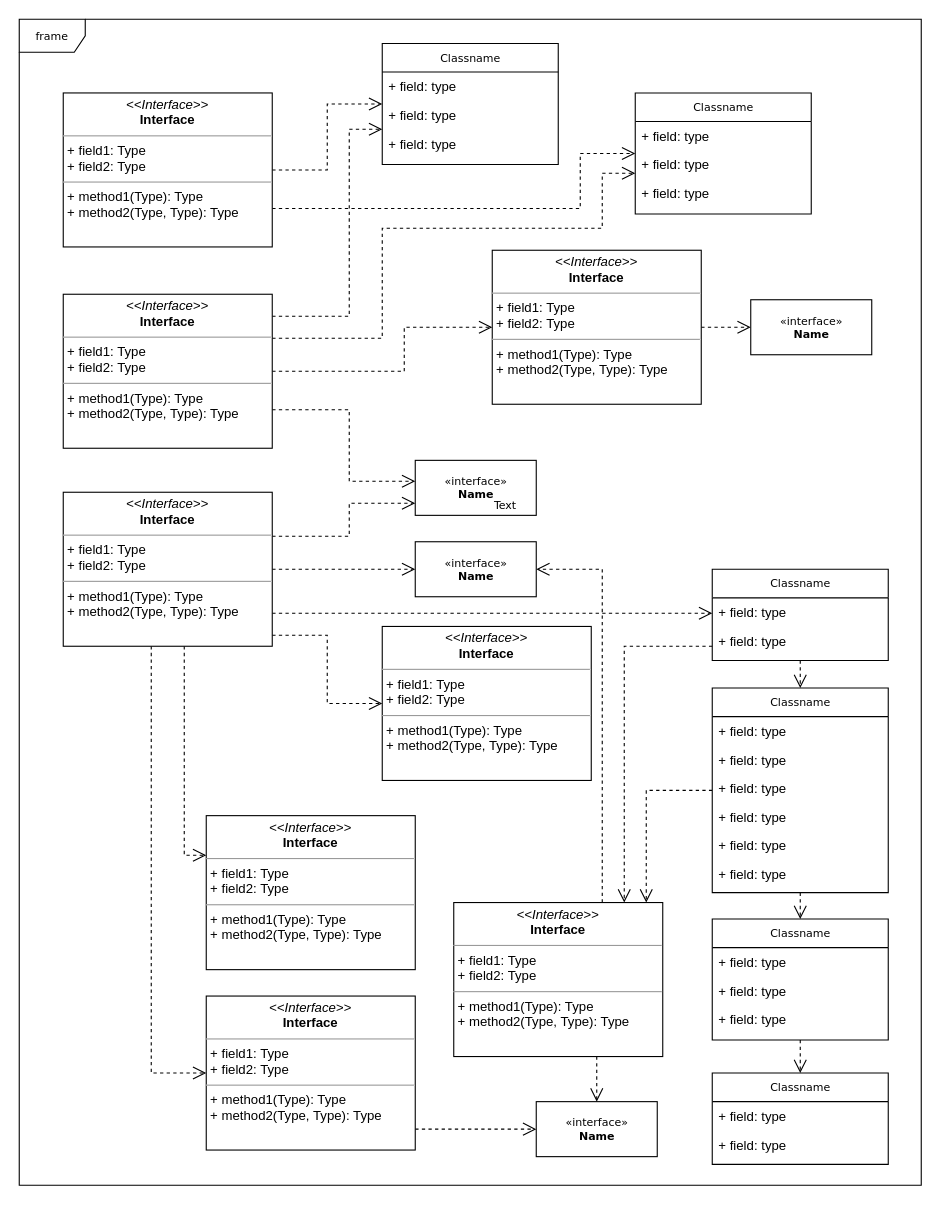
The draw.io diagram Untitled Diagram.drawio in jjleneve/3380H, before the edit. Source tidied: cells renumbered, new cells numbered last; positions are measured from the earlier drawing's top-left corner, leaving out a move shared by most shapes. Both pictures are drawn from the tidied source at 110%, with x=0, y=0 at pixel (19, 19).
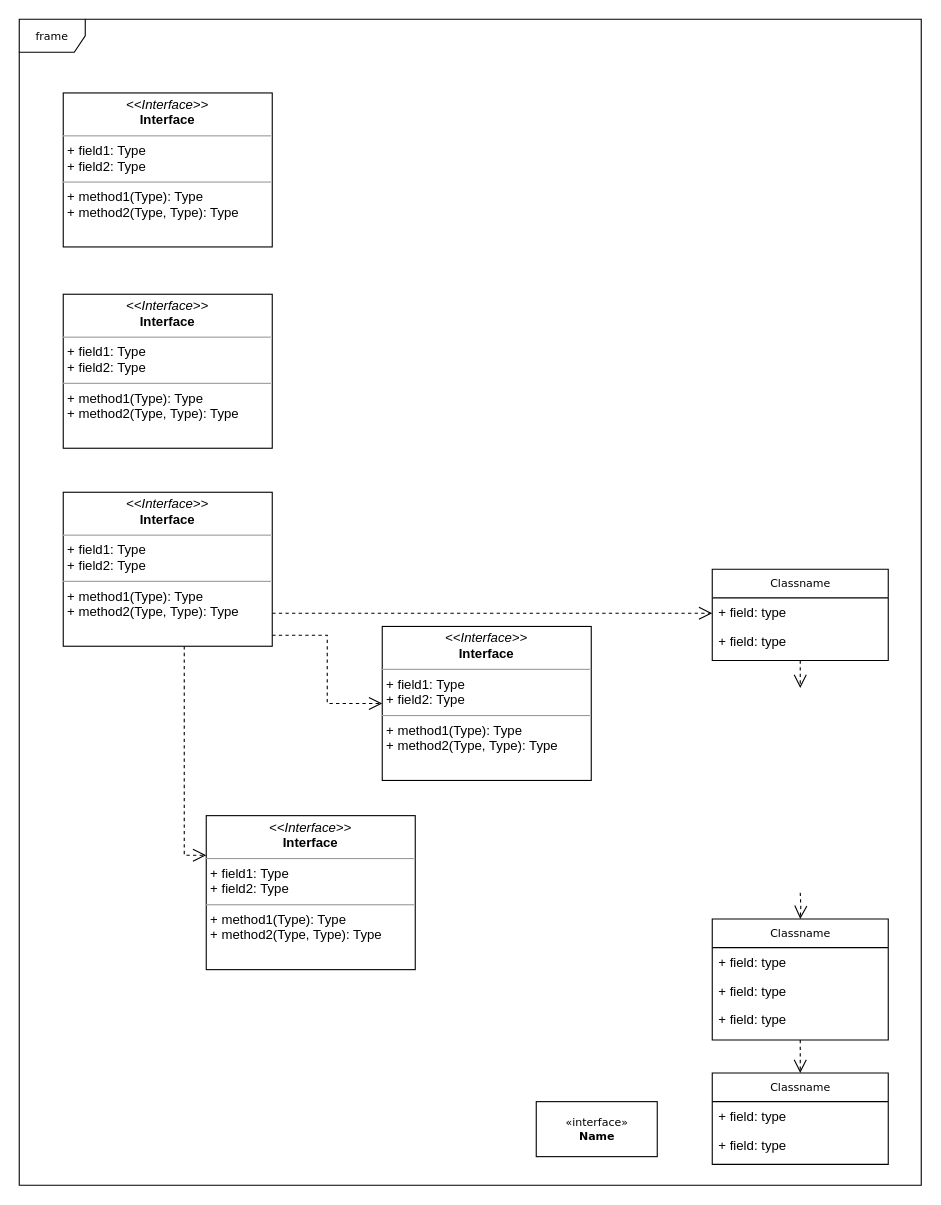
The same diagram, later.

Unchanged cells that the change refers to:
```xml
<mxCell id="24" value="Classname" style="swimlane;html=1;fontStyle=0;horizontal=1;startSize=26;fillColor=none;swimlaneFillColor=#ffffff;rounded=0;shadow=0;comic=0;labelBackgroundColor=none;strokeWidth=1;fontFamily=Verdana;fontSize=10;align=center;" parent="1" vertex="1">
  <mxGeometry x="630" y="818" width="160" height="110" as="geometry" />
</mxCell>
<mxCell id="29" value="Classname" style="swimlane;html=1;fontStyle=0;horizontal=1;startSize=26;fillColor=none;swimlaneFillColor=#ffffff;rounded=0;shadow=0;comic=0;labelBackgroundColor=none;strokeWidth=1;fontFamily=Verdana;fontSize=10;align=center;" parent="1" vertex="1">
  <mxGeometry x="630" y="500" width="160" height="83" as="geometry" />
</mxCell>
<mxCell id="32" value="&amp;laquo;interface&amp;raquo;&lt;br&gt;&lt;b&gt;Name&lt;/b&gt;" style="html=1;rounded=0;shadow=0;comic=0;labelBackgroundColor=none;strokeWidth=1;fontFamily=Verdana;fontSize=10;align=center;" parent="1" vertex="1">
  <mxGeometry x="470" y="984" width="110" height="50" as="geometry" />
</mxCell>
<mxCell id="48" value="&lt;p style=&quot;margin:0px;margin-top:4px;text-align:center;&quot;&gt;&lt;i&gt;&amp;lt;&amp;lt;Interface&amp;gt;&amp;gt;&lt;/i&gt;&lt;br/&gt;&lt;b&gt;Interface&lt;/b&gt;&lt;/p&gt;&lt;hr size=&quot;1&quot;/&gt;&lt;p style=&quot;margin:0px;margin-left:4px;&quot;&gt;+ field1: Type&lt;br/&gt;+ field2: Type&lt;/p&gt;&lt;hr size=&quot;1&quot;/&gt;&lt;p style=&quot;margin:0px;margin-left:4px;&quot;&gt;+ method1(Type): Type&lt;br/&gt;+ method2(Type, Type): Type&lt;/p&gt;" style="verticalAlign=top;align=left;overflow=fill;fontSize=12;fontFamily=Helvetica;html=1;rounded=0;shadow=0;comic=0;labelBackgroundColor=none;strokeWidth=1;" parent="1" vertex="1">
  <mxGeometry x="40" y="67" width="190" height="140" as="geometry" />
</mxCell>
<mxCell id="53" value="&lt;p style=&quot;margin:0px;margin-top:4px;text-align:center;&quot;&gt;&lt;i&gt;&amp;lt;&amp;lt;Interface&amp;gt;&amp;gt;&lt;/i&gt;&lt;br/&gt;&lt;b&gt;Interface&lt;/b&gt;&lt;/p&gt;&lt;hr size=&quot;1&quot;/&gt;&lt;p style=&quot;margin:0px;margin-left:4px;&quot;&gt;+ field1: Type&lt;br/&gt;+ field2: Type&lt;/p&gt;&lt;hr size=&quot;1&quot;/&gt;&lt;p style=&quot;margin:0px;margin-left:4px;&quot;&gt;+ method1(Type): Type&lt;br/&gt;+ method2(Type, Type): Type&lt;/p&gt;" style="verticalAlign=top;align=left;overflow=fill;fontSize=12;fontFamily=Helvetica;html=1;rounded=0;shadow=0;comic=0;labelBackgroundColor=none;strokeWidth=1;" parent="1" vertex="1">
  <mxGeometry x="40" y="250" width="190" height="140" as="geometry" />
</mxCell>
<mxCell id="60" value="&lt;p style=&quot;margin:0px;margin-top:4px;text-align:center;&quot;&gt;&lt;i&gt;&amp;lt;&amp;lt;Interface&amp;gt;&amp;gt;&lt;/i&gt;&lt;br/&gt;&lt;b&gt;Interface&lt;/b&gt;&lt;/p&gt;&lt;hr size=&quot;1&quot;/&gt;&lt;p style=&quot;margin:0px;margin-left:4px;&quot;&gt;+ field1: Type&lt;br/&gt;+ field2: Type&lt;/p&gt;&lt;hr size=&quot;1&quot;/&gt;&lt;p style=&quot;margin:0px;margin-left:4px;&quot;&gt;+ method1(Type): Type&lt;br/&gt;+ method2(Type, Type): Type&lt;/p&gt;" style="verticalAlign=top;align=left;overflow=fill;fontSize=12;fontFamily=Helvetica;html=1;rounded=0;shadow=0;comic=0;labelBackgroundColor=none;strokeWidth=1;" parent="1" vertex="1">
  <mxGeometry x="40" y="430" width="190" height="140" as="geometry" />
</mxCell>
```

What changed in the source:
```diff
@@
-    <mxCell id="3" style="edgeStyle=orthogonalEdgeStyle;rounded=0;html=1;dashed=1;labelBackgroundColor=none;startFill=0;endArrow=open;endFill=0;endSize=10;fontFamily=Verdana;fontSize=10;" parent="1" edge="1" source="5" target="35">
-      <mxGeometry relative="1" as="geometry">
-        <Array as="points">
-          <mxPoint x="570" y="701" />
-        </Array>
-      </mxGeometry>
-    </mxCell>
-    <mxCell id="4" style="edgeStyle=orthogonalEdgeStyle;rounded=0;html=1;dashed=1;labelBackgroundColor=none;startFill=0;endArrow=open;endFill=0;endSize=10;fontFamily=Verdana;fontSize=10;" parent="1" edge="1" source="5" target="24">
-      <mxGeometry relative="1" as="geometry" />
+    <mxCell id="4" style="edgeStyle=orthogonalEdgeStyle;rounded=0;html=1;dashed=1;labelBackgroundColor=none;startFill=0;endArrow=open;endFill=0;endSize=10;fontFamily=Verdana;fontSize=10;" parent="1" edge="1" target="24">
+      <mxGeometry relative="1" as="geometry">
+        <mxPoint x="710" y="794" as="sourcePoint" />
+      </mxGeometry>
     </mxCell>
-    <mxCell id="5" value="Classname" style="swimlane;html=1;fontStyle=0;horizontal=1;startSize=26;fillColor=none;swimlaneFillColor=#ffffff;rounded=0;shadow=0;comic=0;labelBackgroundColor=none;strokeWidth=1;fontFamily=Verdana;fontSize=10;align=center;" parent="1" vertex="1">
-      <mxGeometry x="630" y="608" width="160" height="186" as="geometry" />
-    </mxCell>
-    <mxCell id="6" value="+ field: type" style="text;html=1;strokeColor=none;fillColor=none;align=left;verticalAlign=top;spacingLeft=4;spacingRight=4;whiteSpace=wrap;overflow=hidden;" parent="5" vertex="1">
-      <mxGeometry y="26" width="160" height="26" as="geometry" />
-    </mxCell>
-    <mxCell id="7" value="+ field: type" style="text;html=1;strokeColor=none;fillColor=none;align=left;verticalAlign=top;spacingLeft=4;spacingRight=4;whiteSpace=wrap;overflow=hidden;" parent="5" vertex="1">
-      <mxGeometry y="52" width="160" height="26" as="geometry" />
-    </mxCell>
-    <mxCell id="8" value="+ field: type" style="text;html=1;strokeColor=none;fillColor=none;align=left;verticalAlign=top;spacingLeft=4;spacingRight=4;whiteSpace=wrap;overflow=hidden;" parent="5" vertex="1">
-      <mxGeometry y="78" width="160" height="26" as="geometry" />
-    </mxCell>
-    <mxCell id="9" value="+ field: type" style="text;html=1;strokeColor=none;fillColor=none;align=left;verticalAlign=top;spacingLeft=4;spacingRight=4;whiteSpace=wrap;overflow=hidden;" parent="5" vertex="1">
-      <mxGeometry y="104" width="160" height="26" as="geometry" />
-    </mxCell>
-    <mxCell id="10" value="+ field: type" style="text;html=1;strokeColor=none;fillColor=none;align=left;verticalAlign=top;spacingLeft=4;spacingRight=4;whiteSpace=wrap;overflow=hidden;" parent="5" vertex="1">
-      <mxGeometry y="130" width="160" height="26" as="geometry" />
-    </mxCell>
-    <mxCell id="11" value="+ field: type" style="text;html=1;strokeColor=none;fillColor=none;align=left;verticalAlign=top;spacingLeft=4;spacingRight=4;whiteSpace=wrap;overflow=hidden;" parent="5" vertex="1">
-      <mxGeometry y="156" width="160" height="26" as="geometry" />
-    </mxCell>
-    <mxCell id="12" value="Classname" style="swimlane;html=1;fontStyle=0;horizontal=1;startSize=26;fillColor=none;swimlaneFillColor=#ffffff;rounded=0;shadow=0;comic=0;labelBackgroundColor=none;strokeWidth=1;fontFamily=Verdana;fontSize=10;align=center;" parent="1" vertex="1">
-      <mxGeometry x="330" y="22" width="160" height="110" as="geometry" />
-    </mxCell>
-    <mxCell id="13" value="+ field: type" style="text;html=1;strokeColor=none;fillColor=none;align=left;verticalAlign=top;spacingLeft=4;spacingRight=4;whiteSpace=wrap;overflow=hidden;" parent="12" vertex="1">
-      <mxGeometry y="26" width="160" height="26" as="geometry" />
-    </mxCell>
-    <mxCell id="14" value="+ field: type" style="text;html=1;strokeColor=none;fillColor=none;align=left;verticalAlign=top;spacingLeft=4;spacingRight=4;whiteSpace=wrap;overflow=hidden;" parent="12" vertex="1">
-      <mxGeometry y="52" width="160" height="26" as="geometry" />
-    </mxCell>
-    <mxCell id="15" value="+ field: type" style="text;html=1;strokeColor=none;fillColor=none;align=left;verticalAlign=top;spacingLeft=4;spacingRight=4;whiteSpace=wrap;overflow=hidden;" parent="12" vertex="1">
-      <mxGeometry y="78" width="160" height="26" as="geometry" />
-    </mxCell>
-    <mxCell id="16" value="Classname" style="swimlane;html=1;fontStyle=0;horizontal=1;startSize=26;fillColor=none;swimlaneFillColor=#ffffff;rounded=0;shadow=0;comic=0;labelBackgroundColor=none;strokeWidth=1;fontFamily=Verdana;fontSize=10;align=center;" parent="1" vertex="1">
-      <mxGeometry x="560" y="67" width="160" height="110" as="geometry" />
-    </mxCell>
-    <mxCell id="17" value="+ field: type" style="text;html=1;strokeColor=none;fillColor=none;align=left;verticalAlign=top;spacingLeft=4;spacingRight=4;whiteSpace=wrap;overflow=hidden;" parent="16" vertex="1">
-      <mxGeometry y="26" width="160" height="26" as="geometry" />
-    </mxCell>
-    <mxCell id="18" value="+ field: type" style="text;html=1;strokeColor=none;fillColor=none;align=left;verticalAlign=top;spacingLeft=4;spacingRight=4;whiteSpace=wrap;overflow=hidden;" parent="16" vertex="1">
-      <mxGeometry y="52" width="160" height="26" as="geometry" />
-    </mxCell>
-    <mxCell id="19" value="+ field: type" style="text;html=1;strokeColor=none;fillColor=none;align=left;verticalAlign=top;spacingLeft=4;spacingRight=4;whiteSpace=wrap;overflow=hidden;" parent="16" vertex="1">
-      <mxGeometry y="78" width="160" height="26" as="geometry" />
-    </mxCell>
@@
-    <mxCell id="28" style="edgeStyle=orthogonalEdgeStyle;rounded=0;html=1;dashed=1;labelBackgroundColor=none;startFill=0;endArrow=open;endFill=0;endSize=10;fontFamily=Verdana;fontSize=10;" parent="1" edge="1" source="29" target="5">
-      <mxGeometry relative="1" as="geometry" />
+    <mxCell id="28" style="edgeStyle=orthogonalEdgeStyle;rounded=0;html=1;dashed=1;labelBackgroundColor=none;startFill=0;endArrow=open;endFill=0;endSize=10;fontFamily=Verdana;fontSize=10;" parent="1" edge="1" source="29">
+      <mxGeometry relative="1" as="geometry">
+        <mxPoint x="710" y="608" as="targetPoint" />
+      </mxGeometry>
     </mxCell>
@@
-    <mxCell id="33" style="edgeStyle=orthogonalEdgeStyle;rounded=0;html=1;dashed=1;labelBackgroundColor=none;startFill=0;endArrow=open;endFill=0;endSize=10;fontFamily=Verdana;fontSize=10;" parent="1" edge="1" source="35" target="32">
-      <mxGeometry relative="1" as="geometry">
-        <Array as="points">
-          <mxPoint x="525" y="950" />
-          <mxPoint x="525" y="950" />
-        </Array>
-      </mxGeometry>
-    </mxCell>
-    <mxCell id="34" style="edgeStyle=orthogonalEdgeStyle;rounded=0;html=1;dashed=1;labelBackgroundColor=none;startFill=0;endArrow=open;endFill=0;endSize=10;fontFamily=Verdana;fontSize=10;" parent="1" edge="1" source="35" target="40">
-      <mxGeometry relative="1" as="geometry">
-        <Array as="points">
-          <mxPoint x="530" y="500" />
-        </Array>
-      </mxGeometry>
-    </mxCell>
-    <mxCell id="35" value="&lt;p style=&quot;margin:0px;margin-top:4px;text-align:center;&quot;&gt;&lt;i&gt;&amp;lt;&amp;lt;Interface&amp;gt;&amp;gt;&lt;/i&gt;&lt;br/&gt;&lt;b&gt;Interface&lt;/b&gt;&lt;/p&gt;&lt;hr size=&quot;1&quot;/&gt;&lt;p style=&quot;margin:0px;margin-left:4px;&quot;&gt;+ field1: Type&lt;br/&gt;+ field2: Type&lt;/p&gt;&lt;hr size=&quot;1&quot;/&gt;&lt;p style=&quot;margin:0px;margin-left:4px;&quot;&gt;+ method1(Type): Type&lt;br/&gt;+ method2(Type, Type): Type&lt;/p&gt;" style="verticalAlign=top;align=left;overflow=fill;fontSize=12;fontFamily=Helvetica;html=1;rounded=0;shadow=0;comic=0;labelBackgroundColor=none;strokeWidth=1;" parent="1" vertex="1">
-      <mxGeometry x="395" y="803" width="190" height="140" as="geometry" />
-    </mxCell>
@@
-    <mxCell id="37" style="edgeStyle=orthogonalEdgeStyle;rounded=0;html=1;dashed=1;labelBackgroundColor=none;startFill=0;endArrow=open;endFill=0;endSize=10;fontFamily=Verdana;fontSize=10;" parent="1" edge="1" source="38" target="32">
-      <mxGeometry relative="1" as="geometry">
-        <Array as="points">
-          <mxPoint x="390" y="1009" />
-          <mxPoint x="390" y="1009" />
-        </Array>
-      </mxGeometry>
-    </mxCell>
-    <mxCell id="38" value="&lt;p style=&quot;margin:0px;margin-top:4px;text-align:center;&quot;&gt;&lt;i&gt;&amp;lt;&amp;lt;Interface&amp;gt;&amp;gt;&lt;/i&gt;&lt;br/&gt;&lt;b&gt;Interface&lt;/b&gt;&lt;/p&gt;&lt;hr size=&quot;1&quot;/&gt;&lt;p style=&quot;margin:0px;margin-left:4px;&quot;&gt;+ field1: Type&lt;br/&gt;+ field2: Type&lt;/p&gt;&lt;hr size=&quot;1&quot;/&gt;&lt;p style=&quot;margin:0px;margin-left:4px;&quot;&gt;+ method1(Type): Type&lt;br/&gt;+ method2(Type, Type): Type&lt;/p&gt;" style="verticalAlign=top;align=left;overflow=fill;fontSize=12;fontFamily=Helvetica;html=1;rounded=0;shadow=0;comic=0;labelBackgroundColor=none;strokeWidth=1;" parent="1" vertex="1">
-      <mxGeometry x="170" y="888" width="190" height="140" as="geometry" />
-    </mxCell>
@@
-    <mxCell id="40" value="&amp;laquo;interface&amp;raquo;&lt;br&gt;&lt;b&gt;Name&lt;/b&gt;" style="html=1;rounded=0;shadow=0;comic=0;labelBackgroundColor=none;strokeWidth=1;fontFamily=Verdana;fontSize=10;align=center;" parent="1" vertex="1">
-      <mxGeometry x="360" y="475" width="110" height="50" as="geometry" />
-    </mxCell>
-    <mxCell id="41" value="&amp;laquo;interface&amp;raquo;&lt;br&gt;&lt;b&gt;Name&lt;/b&gt;" style="html=1;rounded=0;shadow=0;comic=0;labelBackgroundColor=none;strokeWidth=1;fontFamily=Verdana;fontSize=10;align=center;" parent="1" vertex="1">
-      <mxGeometry x="360" y="401" width="110" height="50" as="geometry" />
-    </mxCell>
-    <mxCell id="42" style="edgeStyle=orthogonalEdgeStyle;rounded=0;html=1;dashed=1;labelBackgroundColor=none;startFill=0;endArrow=open;endFill=0;endSize=10;fontFamily=Verdana;fontSize=10;" parent="1" edge="1" source="43" target="45">
-      <mxGeometry relative="1" as="geometry" />
-    </mxCell>
-    <mxCell id="43" value="&lt;p style=&quot;margin:0px;margin-top:4px;text-align:center;&quot;&gt;&lt;i&gt;&amp;lt;&amp;lt;Interface&amp;gt;&amp;gt;&lt;/i&gt;&lt;br/&gt;&lt;b&gt;Interface&lt;/b&gt;&lt;/p&gt;&lt;hr size=&quot;1&quot;/&gt;&lt;p style=&quot;margin:0px;margin-left:4px;&quot;&gt;+ field1: Type&lt;br/&gt;+ field2: Type&lt;/p&gt;&lt;hr size=&quot;1&quot;/&gt;&lt;p style=&quot;margin:0px;margin-left:4px;&quot;&gt;+ method1(Type): Type&lt;br/&gt;+ method2(Type, Type): Type&lt;/p&gt;" style="verticalAlign=top;align=left;overflow=fill;fontSize=12;fontFamily=Helvetica;html=1;rounded=0;shadow=0;comic=0;labelBackgroundColor=none;strokeWidth=1;" parent="1" vertex="1">
-      <mxGeometry x="430" y="210" width="190" height="140" as="geometry" />
-    </mxCell>
-    <mxCell id="44" value="Text" style="text;html=1;align=left;verticalAlign=top;spacingTop=-4;fontSize=10;fontFamily=Verdana;fontColor=#000000;" parent="1" vertex="1">
-      <mxGeometry x="430" y="434" width="40" height="10" as="geometry" />
-    </mxCell>
-    <mxCell id="45" value="&amp;laquo;interface&amp;raquo;&lt;br&gt;&lt;b&gt;Name&lt;/b&gt;" style="html=1;rounded=0;shadow=0;comic=0;labelBackgroundColor=none;strokeWidth=1;fontFamily=Verdana;fontSize=10;align=center;" parent="1" vertex="1">
-      <mxGeometry x="665" y="255" width="110" height="50" as="geometry" />
-    </mxCell>
-    <mxCell id="46" style="edgeStyle=orthogonalEdgeStyle;rounded=0;html=1;labelBackgroundColor=none;startFill=0;endArrow=open;endFill=0;endSize=10;fontFamily=Verdana;fontSize=10;dashed=1;" parent="1" edge="1" source="48" target="12">
-      <mxGeometry relative="1" as="geometry" />
-    </mxCell>
-    <mxCell id="47" style="edgeStyle=orthogonalEdgeStyle;rounded=0;html=1;exitX=1;exitY=0.75;dashed=1;labelBackgroundColor=none;startFill=0;endArrow=open;endFill=0;endSize=10;fontFamily=Verdana;fontSize=10;" parent="1" edge="1" source="48" target="16">
-      <mxGeometry relative="1" as="geometry">
-        <Array as="points">
-          <mxPoint x="510" y="172" />
-          <mxPoint x="510" y="122" />
-        </Array>
-      </mxGeometry>
-    </mxCell>
@@
-    <mxCell id="49" style="edgeStyle=orthogonalEdgeStyle;rounded=0;html=1;dashed=1;labelBackgroundColor=none;startFill=0;endArrow=open;endFill=0;endSize=10;fontFamily=Verdana;fontSize=10;" parent="1" edge="1" source="53" target="12">
-      <mxGeometry relative="1" as="geometry">
-        <Array as="points">
-          <mxPoint x="300" y="270" />
-          <mxPoint x="300" y="100" />
-        </Array>
-      </mxGeometry>
-    </mxCell>
-    <mxCell id="50" style="edgeStyle=orthogonalEdgeStyle;rounded=0;html=1;dashed=1;labelBackgroundColor=none;startFill=0;endArrow=open;endFill=0;endSize=10;fontFamily=Verdana;fontSize=10;" parent="1" edge="1" source="53" target="16">
-      <mxGeometry relative="1" as="geometry">
-        <Array as="points">
-          <mxPoint x="330" y="290" />
-          <mxPoint x="330" y="190" />
-          <mxPoint x="530" y="190" />
-          <mxPoint x="530" y="140" />
-        </Array>
-      </mxGeometry>
-    </mxCell>
-    <mxCell id="51" style="edgeStyle=orthogonalEdgeStyle;rounded=0;html=1;dashed=1;labelBackgroundColor=none;startFill=0;endArrow=open;endFill=0;endSize=10;fontFamily=Verdana;fontSize=10;" parent="1" edge="1" source="53" target="43">
-      <mxGeometry relative="1" as="geometry">
-        <Array as="points">
-          <mxPoint x="350" y="320" />
-          <mxPoint x="350" y="280" />
-        </Array>
-      </mxGeometry>
-    </mxCell>
-    <mxCell id="52" style="edgeStyle=orthogonalEdgeStyle;rounded=0;html=1;exitX=1;exitY=0.75;dashed=1;labelBackgroundColor=none;startFill=0;endArrow=open;endFill=0;endSize=10;fontFamily=Verdana;fontSize=10;" parent="1" edge="1" source="53" target="41">
-      <mxGeometry relative="1" as="geometry">
-        <Array as="points">
-          <mxPoint x="300" y="355" />
-          <mxPoint x="300" y="420" />
-        </Array>
-      </mxGeometry>
-    </mxCell>
@@
-    <mxCell id="54" style="edgeStyle=orthogonalEdgeStyle;rounded=0;html=1;dashed=1;labelBackgroundColor=none;startFill=0;endArrow=open;endFill=0;endSize=10;fontFamily=Verdana;fontSize=10;" parent="1" edge="1" source="60" target="41">
-      <mxGeometry relative="1" as="geometry">
-        <Array as="points">
-          <mxPoint x="300" y="470" />
-          <mxPoint x="300" y="440" />
-        </Array>
-      </mxGeometry>
-    </mxCell>
-    <mxCell id="55" style="edgeStyle=orthogonalEdgeStyle;rounded=0;html=1;dashed=1;labelBackgroundColor=none;startFill=0;endArrow=open;endFill=0;endSize=10;fontFamily=Verdana;fontSize=10;" parent="1" edge="1" source="60" target="40">
-      <mxGeometry relative="1" as="geometry" />
-    </mxCell>
@@
-    <mxCell id="59" style="edgeStyle=orthogonalEdgeStyle;rounded=0;html=1;dashed=1;labelBackgroundColor=none;startFill=0;endArrow=open;endFill=0;endSize=10;fontFamily=Verdana;fontSize=10;" parent="1" edge="1" source="60" target="38">
-      <mxGeometry relative="1" as="geometry">
-        <Array as="points">
-          <mxPoint x="120" y="958" />
-        </Array>
-      </mxGeometry>
-    </mxCell>
@@
-    <mxCell id="61" style="edgeStyle=orthogonalEdgeStyle;rounded=0;html=1;dashed=1;labelBackgroundColor=none;startFill=0;endArrow=open;endFill=0;endSize=10;fontFamily=Verdana;fontSize=10;" parent="1" edge="1" source="29" target="35">
-      <mxGeometry relative="1" as="geometry">
-        <Array as="points">
-          <mxPoint x="550" y="570" />
-        </Array>
-      </mxGeometry>
-    </mxCell>
```
